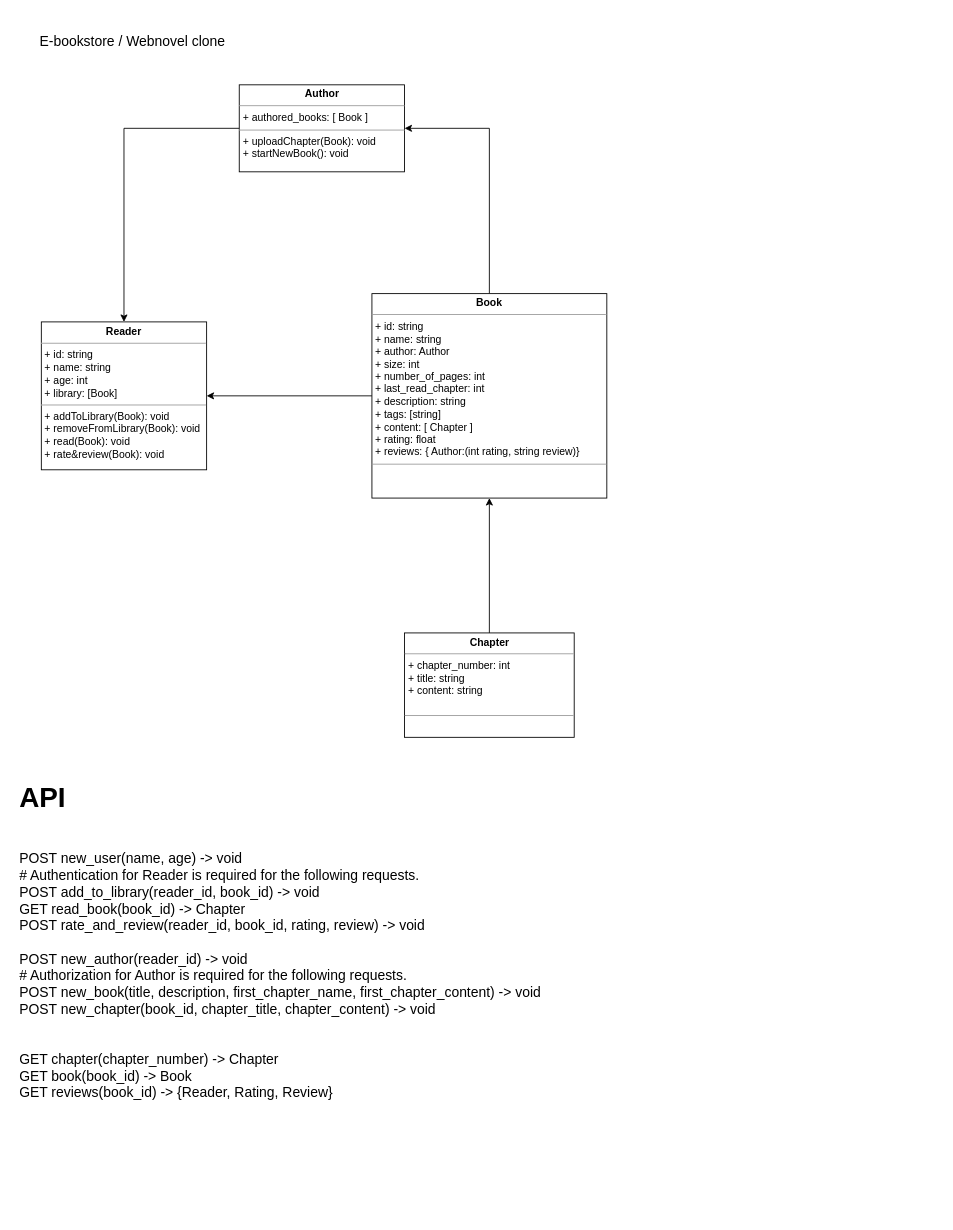
This is E-Bookstore_UML_Diagram.drawio from Amogh-Nivaskar/E-Bookstore, a draw.io file, before an edit. Source tidied: cells renumbered, new cells numbered last; positions are measured from the earlier drawing's top-left corner, leaving out a move shared by most shapes. Both pictures are drawn from the tidied source at 87%, with x=0, y=0 at pixel (15, 15).
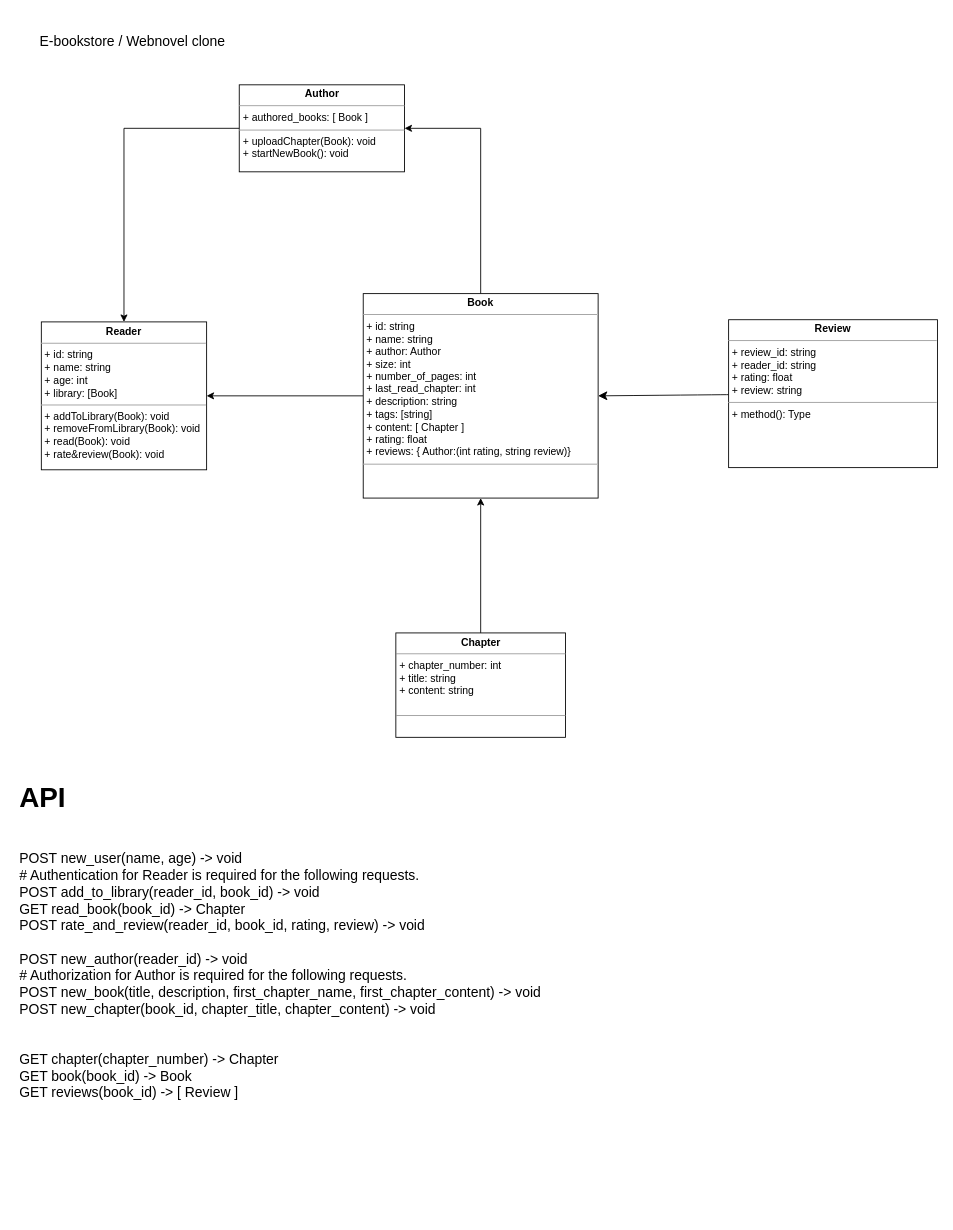
After the change.

Commit message:
Adding API specifications

Change to the diagram source:
```diff
@@
 <mxGraphModel>
   <root>
     <mxCell id="0" />
     <mxCell id="1" parent="0" />
     <mxCell id="2" value="&lt;p style=&quot;margin:0px;margin-top:4px;text-align:center;&quot;&gt;&lt;b&gt;Reader&lt;/b&gt;&lt;/p&gt;&lt;hr size=&quot;1&quot;&gt;&lt;p style=&quot;margin:0px;margin-left:4px;&quot;&gt;+ id: string&lt;/p&gt;&lt;p style=&quot;margin:0px;margin-left:4px;&quot;&gt;+ name: string&lt;/p&gt;&lt;p style=&quot;margin:0px;margin-left:4px;&quot;&gt;+ age: int&lt;/p&gt;&lt;p style=&quot;margin:0px;margin-left:4px;&quot;&gt;+ library: [Book]&lt;/p&gt;&lt;hr size=&quot;1&quot;&gt;&lt;p style=&quot;margin:0px;margin-left:4px;&quot;&gt;+ addToLibrary(Book): void&lt;/p&gt;&lt;p style=&quot;margin:0px;margin-left:4px;&quot;&gt;+ removeFromLibrary(Book): void&lt;/p&gt;&lt;p style=&quot;margin:0px;margin-left:4px;&quot;&gt;+ read(Book): void&lt;/p&gt;&lt;p style=&quot;margin:0px;margin-left:4px;&quot;&gt;+ rate&amp;amp;review(Book): void&lt;/p&gt;" style="verticalAlign=top;align=left;overflow=fill;fontSize=12;fontFamily=Helvetica;html=1;whiteSpace=wrap;" parent="1" vertex="1">
       <mxGeometry x="30" y="352.5" width="190" height="170" as="geometry" />
     </mxCell>
     <mxCell id="3" style="edgeStyle=orthogonalEdgeStyle;rounded=0;jettySize=auto;html=1;exitX=0;exitY=0.5;exitDx=0;exitDy=0;" parent="1" edge="1" source="5" target="2">
       <mxGeometry relative="1" as="geometry" />
     </mxCell>
     <mxCell id="4" style="edgeStyle=orthogonalEdgeStyle;rounded=0;jettySize=auto;html=1;entryX=1;entryY=0.5;entryDx=0;entryDy=0;" parent="1" edge="1" source="5" target="9">
       <mxGeometry relative="1" as="geometry" />
     </mxCell>
     <mxCell id="5" value="&lt;p style=&quot;margin:0px;margin-top:4px;text-align:center;&quot;&gt;&lt;b&gt;Book&lt;/b&gt;&lt;/p&gt;&lt;hr size=&quot;1&quot;&gt;&lt;p style=&quot;margin:0px;margin-left:4px;&quot;&gt;+ id: string&lt;/p&gt;&lt;p style=&quot;margin:0px;margin-left:4px;&quot;&gt;+ name: string&lt;/p&gt;&lt;p style=&quot;margin:0px;margin-left:4px;&quot;&gt;+ author: Author&lt;/p&gt;&lt;p style=&quot;margin:0px;margin-left:4px;&quot;&gt;+ size: int&lt;/p&gt;&lt;p style=&quot;margin:0px;margin-left:4px;&quot;&gt;+ number_of_pages: int&lt;/p&gt;&lt;p style=&quot;margin:0px;margin-left:4px;&quot;&gt;+ last_read_chapter: int&lt;/p&gt;&lt;p style=&quot;margin:0px;margin-left:4px;&quot;&gt;+ description: string&lt;/p&gt;&lt;p style=&quot;margin:0px;margin-left:4px;&quot;&gt;+ tags: [string]&lt;/p&gt;&lt;p style=&quot;margin:0px;margin-left:4px;&quot;&gt;+ content: [ Chapter ]&lt;/p&gt;&lt;p style=&quot;margin:0px;margin-left:4px;&quot;&gt;+ rating: float&lt;/p&gt;&lt;p style=&quot;margin:0px;margin-left:4px;&quot;&gt;+ reviews: { Author:(int rating, string review)}&lt;/p&gt;&lt;hr size=&quot;1&quot;&gt;&lt;p style=&quot;margin:0px;margin-left:4px;&quot;&gt;&lt;br&gt;&lt;/p&gt;" style="verticalAlign=top;align=left;overflow=fill;fontSize=12;fontFamily=Helvetica;html=1;whiteSpace=wrap;" parent="1" vertex="1">
-      <mxGeometry x="410" y="320" width="270" height="235" as="geometry" />
+      <mxGeometry x="400" y="320" width="270" height="235" as="geometry" />
     </mxCell>
     <mxCell id="6" style="edgeStyle=orthogonalEdgeStyle;rounded=0;jettySize=auto;html=1;entryX=0.5;entryY=1;entryDx=0;entryDy=0;" parent="1" edge="1" source="7" target="5">
       <mxGeometry relative="1" as="geometry" />
     </mxCell>
     <mxCell id="7" value="&lt;p style=&quot;margin:0px;margin-top:4px;text-align:center;&quot;&gt;&lt;b&gt;Chapter&lt;/b&gt;&lt;/p&gt;&lt;hr size=&quot;1&quot;&gt;&lt;p style=&quot;margin:0px;margin-left:4px;&quot;&gt;+ chapter_number: int&lt;/p&gt;&lt;p style=&quot;margin:0px;margin-left:4px;&quot;&gt;+ title: string&lt;/p&gt;&lt;p style=&quot;margin:0px;margin-left:4px;&quot;&gt;+ content: string&lt;/p&gt;&lt;p style=&quot;margin:0px;margin-left:4px;&quot;&gt;&lt;br&gt;&lt;/p&gt;&lt;hr size=&quot;1&quot;&gt;&lt;p style=&quot;margin:0px;margin-left:4px;&quot;&gt;&lt;br&gt;&lt;/p&gt;" style="verticalAlign=top;align=left;overflow=fill;fontSize=12;fontFamily=Helvetica;html=1;whiteSpace=wrap;" parent="1" vertex="1">
-      <mxGeometry x="447.5" y="710" width="195" height="120" as="geometry" />
+      <mxGeometry x="437.5" y="710" width="195" height="120" as="geometry" />
     </mxCell>
     <mxCell id="8" style="edgeStyle=orthogonalEdgeStyle;rounded=0;jettySize=auto;html=1;entryX=0.5;entryY=0;entryDx=0;entryDy=0;" parent="1" edge="1" source="9" target="2">
       <mxGeometry relative="1" as="geometry" />
     </mxCell>
     <mxCell id="9" value="&lt;p style=&quot;margin:0px;margin-top:4px;text-align:center;&quot;&gt;&lt;b&gt;Author&lt;/b&gt;&lt;/p&gt;&lt;hr size=&quot;1&quot;&gt;&lt;p style=&quot;margin:0px;margin-left:4px;&quot;&gt;&lt;span style=&quot;background-color: initial;&quot;&gt;+ authored_books: [ Book ]&lt;/span&gt;&lt;br&gt;&lt;/p&gt;&lt;hr size=&quot;1&quot;&gt;&lt;p style=&quot;margin:0px;margin-left:4px;&quot;&gt;+ uploadChapter(Book): void&amp;nbsp;&lt;/p&gt;&lt;p style=&quot;margin:0px;margin-left:4px;&quot;&gt;+ startNewBook(): void&lt;/p&gt;" style="verticalAlign=top;align=left;overflow=fill;fontSize=12;fontFamily=Helvetica;html=1;whiteSpace=wrap;" parent="1" vertex="1">
       <mxGeometry x="257.5" y="80" width="190" height="100" as="geometry" />
     </mxCell>
     <mxCell id="10" value="E-bookstore / Webnovel clone" style="text;html=1;strokeColor=none;fillColor=none;align=center;verticalAlign=middle;whiteSpace=wrap;rounded=0;fontSize=16;" parent="1" vertex="1">
       <mxGeometry x="10" width="250" height="60" as="geometry" />
     </mxCell>
-    <mxCell id="11" value="&lt;h1&gt;API&lt;/h1&gt;&lt;div&gt;&lt;br&gt;&lt;/div&gt;&lt;div&gt;&lt;div&gt;POST new_user(name, age) -&amp;gt; void&lt;/div&gt;&lt;/div&gt;&lt;div&gt;# Authentication for Reader is required for the following requests.&lt;/div&gt;&lt;div&gt;&lt;span style=&quot;background-color: initial;&quot;&gt;POST add_to_library(reader_id, book_id) -&amp;gt; void&lt;/span&gt;&lt;br&gt;&lt;/div&gt;&lt;div&gt;GET read_book(book_id) -&amp;gt; Chapter&lt;/div&gt;&lt;div&gt;POST rate_and_review(reader_id, book_id, rating, review) -&amp;gt; void&lt;/div&gt;&lt;div&gt;&lt;br&gt;&lt;/div&gt;&lt;div&gt;&lt;div&gt;POST new_author(reader_id) -&amp;gt; void&lt;/div&gt;&lt;/div&gt;&lt;div&gt;# Authorization for Author is required for the following requests.&lt;/div&gt;&lt;div&gt;&lt;span style=&quot;background-color: initial;&quot;&gt;POST new_book(title, description, first_chapter_name, first_chapter_content) -&amp;gt; void&lt;/span&gt;&lt;br&gt;&lt;/div&gt;&lt;div&gt;POST new_chapter(book_id, chapter_title, chapter_content) -&amp;gt; void&lt;/div&gt;&lt;div&gt;&lt;br&gt;&lt;/div&gt;&lt;div&gt;&lt;br&gt;&lt;/div&gt;&lt;div&gt;GET chapter(chapter_number) -&amp;gt; Chapter&lt;/div&gt;&lt;div&gt;GET book(book_id) -&amp;gt; Book&lt;/div&gt;&lt;div&gt;GET reviews(book_id) -&amp;gt; {Reader, Rating, Review}&lt;/div&gt;&lt;div&gt;&lt;br&gt;&lt;/div&gt;&lt;div&gt;&lt;br&gt;&lt;/div&gt;&lt;div&gt;&lt;br&gt;&lt;/div&gt;&lt;div&gt;&lt;br&gt;&lt;/div&gt;&lt;div&gt;&lt;br&gt;&lt;/div&gt;&lt;div&gt;&lt;br&gt;&lt;/div&gt;&lt;div&gt;&lt;br&gt;&lt;/div&gt;&lt;div&gt;&lt;br&gt;&lt;/div&gt;&lt;div&gt;&lt;br&gt;&lt;/div&gt;&lt;div&gt;&lt;br&gt;&lt;/div&gt;&lt;div&gt;&lt;br&gt;&lt;/div&gt;" style="text;html=1;strokeColor=none;fillColor=none;spacing=5;spacingTop=-20;whiteSpace=wrap;overflow=hidden;rounded=0;fontSize=16;" parent="1" vertex="1">
+    <mxCell id="11" value="&lt;h1&gt;API&lt;/h1&gt;&lt;div&gt;&lt;br&gt;&lt;/div&gt;&lt;div&gt;&lt;div&gt;POST new_user(name, age) -&amp;gt; void&lt;/div&gt;&lt;/div&gt;&lt;div&gt;# Authentication for Reader is required for the following requests.&lt;/div&gt;&lt;div&gt;&lt;span style=&quot;background-color: initial;&quot;&gt;POST add_to_library(reader_id, book_id) -&amp;gt; void&lt;/span&gt;&lt;br&gt;&lt;/div&gt;&lt;div&gt;GET read_book(book_id) -&amp;gt; Chapter&lt;/div&gt;&lt;div&gt;POST rate_and_review(reader_id, book_id, rating, review) -&amp;gt; void&lt;/div&gt;&lt;div&gt;&lt;br&gt;&lt;/div&gt;&lt;div&gt;&lt;div&gt;POST new_author(reader_id) -&amp;gt; void&lt;/div&gt;&lt;/div&gt;&lt;div&gt;# Authorization for Author is required for the following requests.&lt;/div&gt;&lt;div&gt;&lt;span style=&quot;background-color: initial;&quot;&gt;POST new_book(title, description, first_chapter_name, first_chapter_content) -&amp;gt; void&lt;/span&gt;&lt;br&gt;&lt;/div&gt;&lt;div&gt;POST new_chapter(book_id, chapter_title, chapter_content) -&amp;gt; void&lt;/div&gt;&lt;div&gt;&lt;br&gt;&lt;/div&gt;&lt;div&gt;&lt;br&gt;&lt;/div&gt;&lt;div&gt;GET chapter(chapter_number) -&amp;gt; Chapter&lt;/div&gt;&lt;div&gt;GET book(book_id) -&amp;gt; Book&lt;/div&gt;&lt;div&gt;GET reviews(book_id) -&amp;gt; [ Review ]&lt;/div&gt;&lt;div&gt;&lt;br&gt;&lt;/div&gt;&lt;div&gt;&lt;br&gt;&lt;/div&gt;&lt;div&gt;&lt;br&gt;&lt;/div&gt;&lt;div&gt;&lt;br&gt;&lt;/div&gt;&lt;div&gt;&lt;br&gt;&lt;/div&gt;&lt;div&gt;&lt;br&gt;&lt;/div&gt;&lt;div&gt;&lt;br&gt;&lt;/div&gt;&lt;div&gt;&lt;br&gt;&lt;/div&gt;&lt;div&gt;&lt;br&gt;&lt;/div&gt;&lt;div&gt;&lt;br&gt;&lt;/div&gt;&lt;div&gt;&lt;br&gt;&lt;/div&gt;" style="text;html=1;strokeColor=none;fillColor=none;spacing=5;spacingTop=-20;whiteSpace=wrap;overflow=hidden;rounded=0;fontSize=16;" parent="1" vertex="1">
       <mxGeometry y="870" width="770" height="510" as="geometry" />
     </mxCell>
+    <mxCell id="12" style="edgeStyle=none;curved=1;rounded=0;jettySize=auto;html=1;entryX=1;entryY=0.5;entryDx=0;entryDy=0;fontSize=12;startSize=8;endSize=8;" parent="1" edge="1" source="13" target="5">
+      <mxGeometry relative="1" as="geometry" />
+    </mxCell>
+    <mxCell id="13" value="&lt;p style=&quot;margin:0px;margin-top:4px;text-align:center;&quot;&gt;&lt;b&gt;Review&lt;/b&gt;&lt;/p&gt;&lt;hr size=&quot;1&quot;&gt;&lt;p style=&quot;margin:0px;margin-left:4px;&quot;&gt;+ review_id: string&lt;/p&gt;&lt;p style=&quot;margin:0px;margin-left:4px;&quot;&gt;+ reader_id: string&lt;/p&gt;&lt;p style=&quot;margin:0px;margin-left:4px;&quot;&gt;+ rating: float&lt;/p&gt;&lt;p style=&quot;margin:0px;margin-left:4px;&quot;&gt;+ review: string&lt;/p&gt;&lt;hr size=&quot;1&quot;&gt;&lt;p style=&quot;margin:0px;margin-left:4px;&quot;&gt;+ method(): Type&lt;/p&gt;" style="verticalAlign=top;align=left;overflow=fill;fontSize=12;fontFamily=Helvetica;html=1;whiteSpace=wrap;" parent="1" vertex="1">
+      <mxGeometry x="820" y="350" width="240" height="170" as="geometry" />
+    </mxCell>
   </root>
 </mxGraphModel>
```
